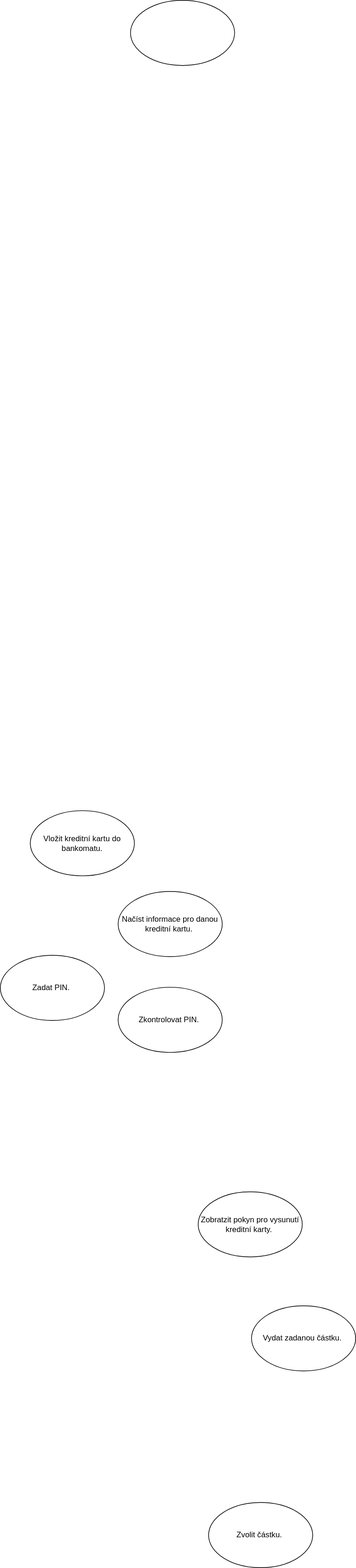
Above: bankomat.drawio.svg in PetrHonzejk/diagrams.net (draw.io), before the change. Source tidied: cells renumbered, new cells last; positions are measured from the earlier drawing's top-left corner, leaving out a move shared by most shapes. Its diagram source:
```xml
<mxGraphModel>
  <root>
    <mxCell id="0" />
    <mxCell id="1" parent="0" />
    <mxCell id="2" style="ellipse;whiteSpace=wrap;html=1;hachureGap=4;" parent="1" vertex="1">
      <mxGeometry x="200" width="160" height="100" as="geometry" />
    </mxCell>
    <mxCell id="3" value="Vložit kreditní kartu do bankomatu." style="ellipse;whiteSpace=wrap;html=1;hachureGap=4;" parent="1" vertex="1">
      <mxGeometry x="46" y="1244" width="160" height="100" as="geometry" />
    </mxCell>
    <mxCell id="4" value="Načíst informace pro danou kreditní kartu.&amp;nbsp;" style="ellipse;whiteSpace=wrap;html=1;hachureGap=4;" parent="1" vertex="1">
      <mxGeometry x="181" y="1368" width="160" height="100" as="geometry" />
    </mxCell>
    <mxCell id="5" value="Zadat PIN.&amp;nbsp;" style="ellipse;whiteSpace=wrap;html=1;hachureGap=4;" parent="1" vertex="1">
      <mxGeometry y="1466" width="160" height="100" as="geometry" />
    </mxCell>
    <mxCell id="6" value="Zkontrolovat PIN.&amp;nbsp;" style="ellipse;whiteSpace=wrap;html=1;hachureGap=4;" parent="1" vertex="1">
      <mxGeometry x="181" y="1515" width="160" height="100" as="geometry" />
    </mxCell>
    <mxCell id="7" value="Zvolit částku.&amp;nbsp;" style="ellipse;whiteSpace=wrap;html=1;hachureGap=4;" parent="1" vertex="1">
      <mxGeometry x="320" y="2306" width="160" height="100" as="geometry" />
    </mxCell>
    <mxCell id="8" value="Vydat zadanou částku.&amp;nbsp;" style="ellipse;whiteSpace=wrap;html=1;hachureGap=4;" parent="1" vertex="1">
      <mxGeometry x="386" y="2004" width="160" height="100" as="geometry" />
    </mxCell>
    <mxCell id="9" value="Zobratzit pokyn pro vysunutí kreditní karty.&amp;nbsp;" style="ellipse;whiteSpace=wrap;html=1;hachureGap=4;" parent="1" vertex="1">
      <mxGeometry x="304" y="1829" width="160" height="100" as="geometry" />
    </mxCell>
  </root>
</mxGraphModel>
```
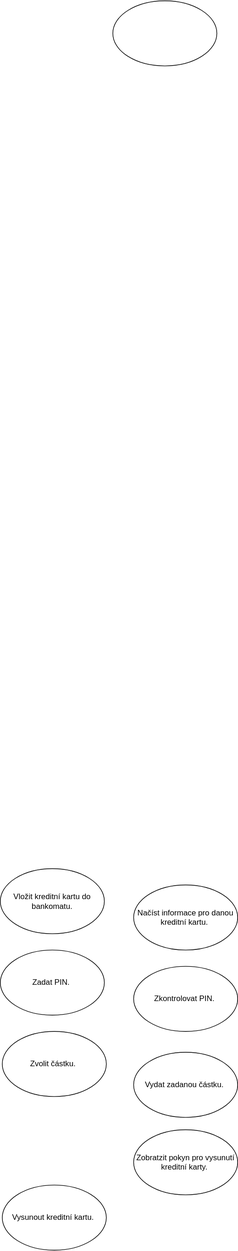
Above is the later version.

The edit, as a diff of the source:
```diff
@@ -6,25 +6,28 @@
       <mxGeometry x="200" width="160" height="100" as="geometry" />
     </mxCell>
     <mxCell id="3" value="Vložit kreditní kartu do bankomatu." style="ellipse;whiteSpace=wrap;html=1;hachureGap=4;" parent="1" vertex="1">
-      <mxGeometry x="46" y="1244" width="160" height="100" as="geometry" />
+      <mxGeometry x="27" y="1333" width="160" height="100" as="geometry" />
     </mxCell>
     <mxCell id="4" value="Načíst informace pro danou kreditní kartu.&amp;nbsp;" style="ellipse;whiteSpace=wrap;html=1;hachureGap=4;" parent="1" vertex="1">
-      <mxGeometry x="181" y="1368" width="160" height="100" as="geometry" />
+      <mxGeometry x="232" y="1358" width="160" height="100" as="geometry" />
     </mxCell>
     <mxCell id="5" value="Zadat PIN.&amp;nbsp;" style="ellipse;whiteSpace=wrap;html=1;hachureGap=4;" parent="1" vertex="1">
-      <mxGeometry y="1466" width="160" height="100" as="geometry" />
+      <mxGeometry x="27" y="1458" width="160" height="100" as="geometry" />
     </mxCell>
     <mxCell id="6" value="Zkontrolovat PIN.&amp;nbsp;" style="ellipse;whiteSpace=wrap;html=1;hachureGap=4;" parent="1" vertex="1">
-      <mxGeometry x="181" y="1515" width="160" height="100" as="geometry" />
+      <mxGeometry x="232" y="1483" width="160" height="100" as="geometry" />
     </mxCell>
     <mxCell id="7" value="Zvolit částku.&amp;nbsp;" style="ellipse;whiteSpace=wrap;html=1;hachureGap=4;" parent="1" vertex="1">
-      <mxGeometry x="320" y="2306" width="160" height="100" as="geometry" />
+      <mxGeometry x="30" y="1583" width="160" height="100" as="geometry" />
     </mxCell>
     <mxCell id="8" value="Vydat zadanou částku.&amp;nbsp;" style="ellipse;whiteSpace=wrap;html=1;hachureGap=4;" parent="1" vertex="1">
-      <mxGeometry x="386" y="2004" width="160" height="100" as="geometry" />
+      <mxGeometry x="232" y="1615" width="160" height="100" as="geometry" />
     </mxCell>
     <mxCell id="9" value="Zobratzit pokyn pro vysunutí kreditní karty.&amp;nbsp;" style="ellipse;whiteSpace=wrap;html=1;hachureGap=4;" parent="1" vertex="1">
-      <mxGeometry x="304" y="1829" width="160" height="100" as="geometry" />
+      <mxGeometry x="232" y="1734" width="160" height="100" as="geometry" />
     </mxCell>
+    <mxCell id="10" value="Vysunout kreditní kartu.&amp;nbsp;" style="ellipse;whiteSpace=wrap;html=1;hachureGap=4;" parent="1" vertex="1">
+      <mxGeometry x="30" y="1819" width="160" height="100" as="geometry" />
+    </mxCell>
   </root>
 </mxGraphModel>
```
